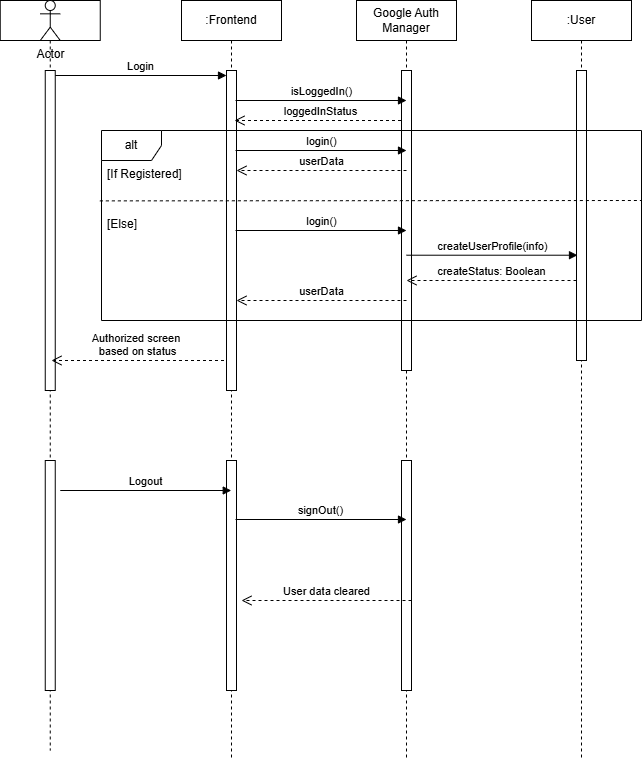
This is documentation/images/M4/FR1.png from dorawyy/CPEN321_CMIYC, a draw.io export, as it was before one commit. Source tidied: cells renumbered, new cells last; positions are measured from the earlier drawing's top-left corner, leaving out a move shared by most shapes.
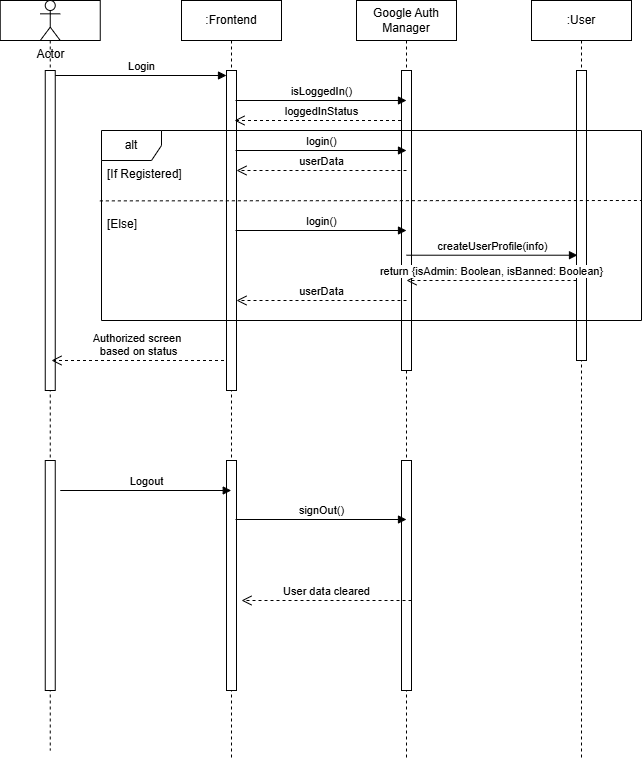
Above is the later version.

Change to the diagram source:
```diff
@@ -89,7 +89,7 @@
         <mxPoint x="577" y="254.7" as="targetPoint" />
       </mxGeometry>
     </mxCell>
-    <mxCell id="21" value="createStatus: Boolean" style="html=1;verticalAlign=bottom;endArrow=open;dashed=1;endSize=8;edgeStyle=elbowEdgeStyle;elbow=vertical;curved=0;rounded=0;" parent="1" edge="1">
+    <mxCell id="21" value="return {isAdmin: Boolean, isBanned: Boolean}" style="html=1;verticalAlign=bottom;endArrow=open;dashed=1;endSize=8;edgeStyle=elbowEdgeStyle;elbow=vertical;curved=0;rounded=0;" parent="1" edge="1">
       <mxGeometry relative="1" as="geometry">
         <mxPoint x="576" y="280" as="sourcePoint" />
         <mxPoint x="406" y="280" as="targetPoint" />
@@ -104,7 +104,7 @@
     <mxCell id="23" value="alt" style="shape=umlFrame;whiteSpace=wrap;html=1;" parent="1" vertex="1">
       <mxGeometry x="101" y="130" width="540" height="190" as="geometry" />
     </mxCell>
-    <mxCell id="24" value="userData" style="html=1;verticalAlign=bottom;endArrow=open;dashed=1;endSize=8;edgeStyle=elbowEdgeStyle;elbow=vertical;curved=0;rounded=0;" parent="1" edge="1">
+    <mxCell id="24" value="userData" style="html=1;verticalAlign=bottom;endArrow=open;dashed=1;endSize=8;edgeStyle=elbowEdgeStyle;elbow=horizontal;curved=0;rounded=0;" parent="1" edge="1">
       <mxGeometry relative="1" as="geometry">
         <mxPoint x="406" y="300" as="sourcePoint" />
         <mxPoint x="236" y="300" as="targetPoint" />
```
